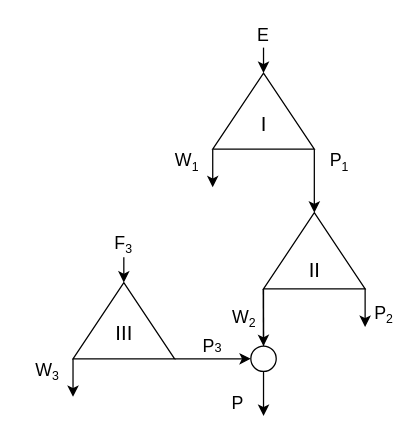
Before: cascades/drawio/DoubleModified23.drawio in GusevVlad/Russian-Phd-LaTeX-Dissertation-Template, a draw.io diagram. Source tidied: cells renumbered, new cells numbered last; positions are measured from the earlier drawing's top-left corner, leaving out a move shared by most shapes. Both pictures are drawn from the tidied source at 127%, with x=0, y=0 at pixel (22, 22).
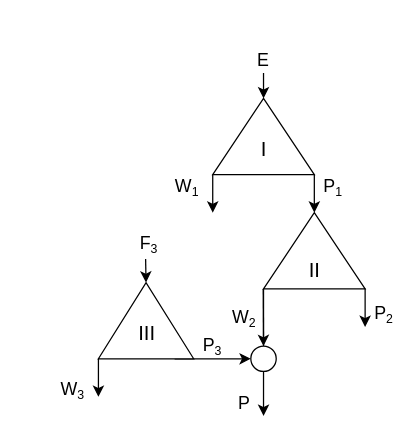
Above is the later version.

The edit, as a diff of the source:
```diff
@@
     <mxCell id="2" style="endArrow=classic;html=1;" parent="1" edge="1">
       <mxGeometry relative="1" as="geometry">
-        <mxPoint x="190" y="20" as="sourcePoint" />
-        <mxPoint x="190" y="40" as="targetPoint" />
+        <mxPoint x="190" y="40" as="sourcePoint" />
+        <mxPoint x="190" y="60" as="targetPoint" />
       </mxGeometry>
     </mxCell>
     <mxCell id="3" style="endArrow=classic;html=1;" parent="1" edge="1">
       <mxGeometry relative="1" as="geometry">
-        <mxPoint x="150" y="100" as="sourcePoint" />
-        <mxPoint x="150" y="130" as="targetPoint" />
+        <mxPoint x="150" y="120" as="sourcePoint" />
+        <mxPoint x="150" y="150" as="targetPoint" />
       </mxGeometry>
     </mxCell>
     <mxCell id="4" style="triangle;whiteSpace=wrap;html=1;rotation=-90;" parent="1" vertex="1">
-      <mxGeometry x="160" y="30" width="60" height="80" as="geometry" />
+      <mxGeometry x="160" y="50" width="60" height="80" as="geometry" />
     </mxCell>
-    <mxCell id="5" style="endArrow=classic;html=1;" parent="1" edge="1">
+    <mxCell id="5" style="endArrow=classic;html=1;exitX=0;exitY=0;exitDx=0;exitDy=0;" parent="1" edge="1" source="9">
       <mxGeometry relative="1" as="geometry">
-        <mxPoint x="230" y="100" as="sourcePoint" />
         <mxPoint x="230" y="150" as="targetPoint" />
       </mxGeometry>
     </mxCell>
@@
     <mxCell id="7" value="&lt;font style=&quot;font-size: 14px&quot;&gt;E&lt;/font&gt;" style="text;html=1;strokeColor=none;fillColor=none;align=center;verticalAlign=middle;whiteSpace=wrap;rounded=0;" parent="1" vertex="1">
-      <mxGeometry x="170" width="40" height="20" as="geometry" />
+      <mxGeometry x="170" y="20" width="40" height="20" as="geometry" />
     </mxCell>
     <mxCell id="8" value="&lt;font style=&quot;font-size: 14px&quot;&gt;W&lt;/font&gt;&lt;font style=&quot;font-size: 11.6667px&quot;&gt;&lt;sub&gt;1&lt;/sub&gt;&lt;/font&gt;" style="text;html=1;strokeColor=none;fillColor=none;align=center;verticalAlign=middle;whiteSpace=wrap;rounded=0;" parent="1" vertex="1">
-      <mxGeometry x="110" y="100" width="40" height="20" as="geometry" />
+      <mxGeometry x="110" y="120" width="40" height="20" as="geometry" />
     </mxCell>
     <mxCell id="9" value="&lt;font style=&quot;font-size: 14px&quot;&gt;P&lt;/font&gt;&lt;font style=&quot;font-size: 11.6667px&quot;&gt;&lt;sub&gt;1&lt;/sub&gt;&lt;/font&gt;" style="text;html=1;strokeColor=none;fillColor=none;align=center;verticalAlign=middle;whiteSpace=wrap;rounded=0;" parent="1" vertex="1">
-      <mxGeometry x="230" y="100" width="40" height="20" as="geometry" />
+      <mxGeometry x="230" y="120" width="30" height="20" as="geometry" />
     </mxCell>
@@
     <mxCell id="12" style="endArrow=classic;html=1;" parent="1" edge="1">
       <mxGeometry relative="1" as="geometry">
-        <mxPoint x="40" y="265" as="sourcePoint" />
-        <mxPoint x="40" y="295" as="targetPoint" />
+        <mxPoint x="60" y="265" as="sourcePoint" />
+        <mxPoint x="60" y="295" as="targetPoint" />
       </mxGeometry>
     </mxCell>
     <mxCell id="13" value="&lt;span style=&quot;font-size: 16px&quot;&gt;&lt;br&gt;&lt;/span&gt;" style="triangle;whiteSpace=wrap;html=1;rotation=-90;" parent="1" vertex="1">
-      <mxGeometry x="50" y="195" width="60" height="80" as="geometry" />
+      <mxGeometry x="67.5" y="197.5" width="60" height="75" as="geometry" />
     </mxCell>
     <mxCell id="14" value="&lt;font style=&quot;font-size: 14px&quot;&gt;F&lt;/font&gt;&lt;font style=&quot;font-size: 11.6667px&quot;&gt;&lt;sub&gt;3&lt;/sub&gt;&lt;/font&gt;" style="text;html=1;strokeColor=none;fillColor=none;align=center;verticalAlign=middle;whiteSpace=wrap;rounded=0;" parent="1" vertex="1">
-      <mxGeometry x="60" y="165" width="40" height="20" as="geometry" />
+      <mxGeometry x="80" y="165" width="40" height="20" as="geometry" />
     </mxCell>
     <mxCell id="15" value="&lt;font style=&quot;font-size: 14px&quot;&gt;W&lt;/font&gt;&lt;font style=&quot;font-size: 11.6667px&quot;&gt;&lt;sub&gt;3&lt;/sub&gt;&lt;/font&gt;" style="text;html=1;strokeColor=none;fillColor=none;align=center;verticalAlign=middle;whiteSpace=wrap;rounded=0;" parent="1" vertex="1">
-      <mxGeometry y="265" width="40" height="20" as="geometry" />
+      <mxGeometry x="20" y="280" width="40" height="20" as="geometry" />
     </mxCell>
-    <mxCell id="16" value="&lt;font style=&quot;font-size: 14px&quot;&gt;P&lt;/font&gt;&lt;font size=&quot;1&quot;&gt;3&lt;/font&gt;" style="text;html=1;strokeColor=none;fillColor=none;align=center;verticalAlign=middle;whiteSpace=wrap;rounded=0;" parent="1" vertex="1">
-      <mxGeometry x="130" y="245" width="40" height="20" as="geometry" />
-    </mxCell>
@@
-    <mxCell id="21" style="endArrow=classic;html=1;entryX=1;entryY=0.5;entryDx=0;entryDy=0;exitX=0.5;exitY=1;exitDx=0;exitDy=0;" parent="1" edge="1" source="14" target="13">
+    <mxCell id="21" style="endArrow=classic;html=1;entryX=1;entryY=0.5;entryDx=0;entryDy=0;exitX=0.429;exitY=1.068;exitDx=0;exitDy=0;exitPerimeter=0;" parent="1" edge="1" source="14" target="13">
       <mxGeometry relative="1" as="geometry" />
     </mxCell>
     <mxCell id="22" value="&lt;font style=&quot;font-size: 14px&quot;&gt;P&lt;/font&gt;" style="text;html=1;strokeColor=none;fillColor=none;align=center;verticalAlign=middle;whiteSpace=wrap;rounded=0;" parent="1" vertex="1">
-      <mxGeometry x="150" y="290" width="40" height="20" as="geometry" />
+      <mxGeometry x="155" y="290" width="40" height="20" as="geometry" />
     </mxCell>
@@
     <mxCell id="24" value="I" style="text;html=1;align=center;verticalAlign=middle;strokeColor=none;fillColor=none;fontSize=16;" parent="1" vertex="1">
-      <mxGeometry x="180" y="70" width="20" height="20" as="geometry" />
+      <mxGeometry x="180" y="90" width="20" height="20" as="geometry" />
     </mxCell>
@@
     <mxCell id="26" value="III" style="text;html=1;align=center;verticalAlign=middle;strokeColor=none;fillColor=none;fontSize=16;" parent="1" vertex="1">
-      <mxGeometry x="65" y="235" width="30" height="20" as="geometry" />
+      <mxGeometry x="82.5" y="235" width="30" height="20" as="geometry" />
     </mxCell>
+    <mxCell id="16" value="&lt;font style=&quot;font-size: 14px&quot;&gt;P&lt;/font&gt;&lt;font style=&quot;font-size: 11.6667px&quot;&gt;&lt;sub&gt;3&lt;/sub&gt;&lt;/font&gt;" style="text;html=1;strokeColor=none;fillColor=none;align=center;verticalAlign=middle;whiteSpace=wrap;rounded=0;" parent="1" vertex="1">
+      <mxGeometry x="130" y="245" width="40" height="20" as="geometry" />
+    </mxCell>
```
